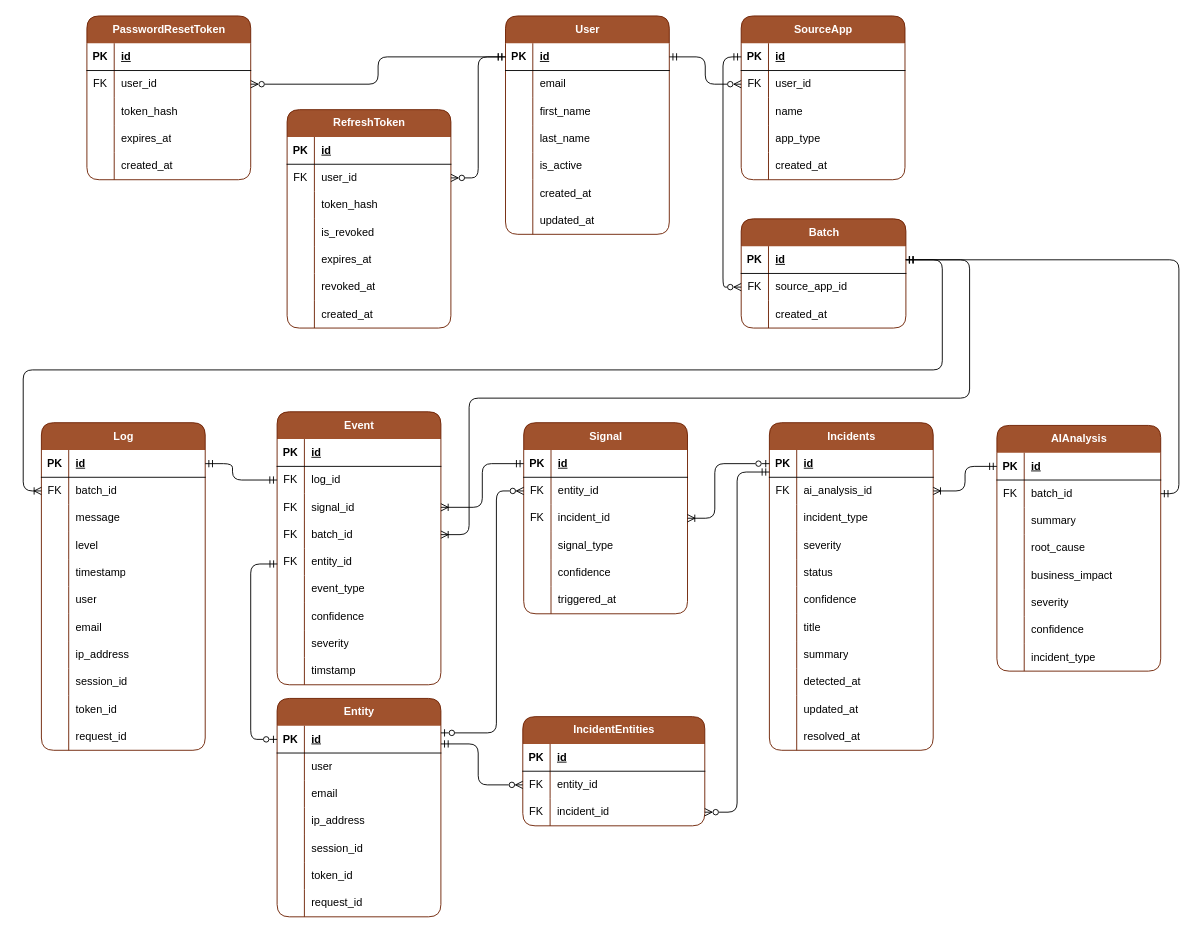
Before: docs/diagrams/erd.drawio in siddharthk8/SignalOps, a draw.io diagram. Source tidied: cells renumbered, new cells numbered last; positions are measured from the earlier drawing's top-left corner, leaving out a move shared by most shapes. Both pictures are drawn from the tidied source at 91%, with x=0, y=0 at pixel (23, 15).
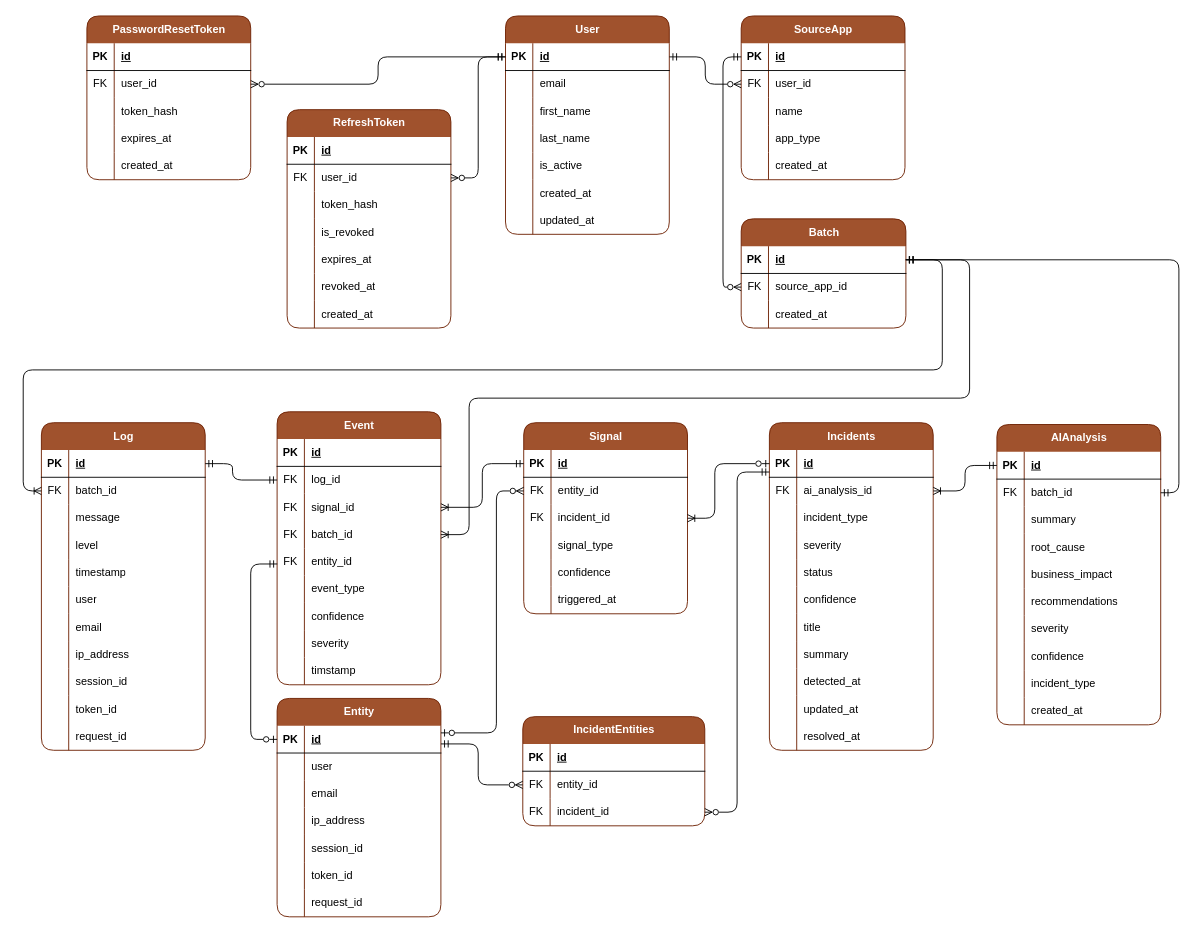
Above is the later version.

Commit message (it also covers changes not shown here):
Update ERD (svg & drawio) to reflect Batch-AIAnalysis association

Change to the diagram source:
```diff
@@
     <mxCell id="189" value="AIAnalysis" style="shape=table;startSize=30;childLayout=tableLayout;rowLines=0;fontStyle=1;align=center;html=1;fillColor=#a0522d;fontColor=#ffffff;strokeColor=#6D1F00;gradientColor=none;swimlaneFillColor=none;rounded=1;swimlaneLine=0;shadow=0;" parent="1" vertex="1">
-      <mxGeometry x="1070" y="450" width="180" height="270" as="geometry" />
+      <mxGeometry x="1070" y="449" width="180" height="330" as="geometry" />
     </mxCell>
@@
+    <mxCell id="277" style="shape=tableRow;horizontal=0;startSize=0;swimlaneHead=0;swimlaneBody=0;fillColor=none;top=0;left=0;right=0;bottom=0;" parent="189" vertex="1">
+      <mxGeometry y="180" width="180" height="30" as="geometry" />
+    </mxCell>
+    <mxCell id="278" style="shape=partialRectangle;fillColor=none;top=0;left=0;bottom=0;right=0;overflow=hidden;whiteSpace=wrap;html=1;" parent="277" vertex="1">
+      <mxGeometry width="30" height="30" as="geometry" />
+    </mxCell>
+    <mxCell id="279" value="recommendations" style="shape=partialRectangle;fillColor=none;top=0;left=0;bottom=0;right=0;align=left;spacingLeft=6;overflow=hidden;whiteSpace=wrap;html=1;" parent="277" vertex="1">
+      <mxGeometry x="30" width="150" height="30" as="geometry" />
+    </mxCell>
     <mxCell id="205" style="shape=tableRow;horizontal=0;startSize=0;swimlaneHead=0;swimlaneBody=0;fillColor=none;top=0;left=0;right=0;bottom=0;" parent="189" vertex="1">
-      <mxGeometry y="180" width="180" height="30" as="geometry" />
+      <mxGeometry y="210" width="180" height="30" as="geometry" />
     </mxCell>
@@
     <mxCell id="208" style="shape=tableRow;horizontal=0;startSize=0;swimlaneHead=0;swimlaneBody=0;fillColor=none;top=0;left=0;right=0;bottom=0;" parent="189" vertex="1">
-      <mxGeometry y="210" width="180" height="30" as="geometry" />
+      <mxGeometry y="240" width="180" height="30" as="geometry" />
     </mxCell>
@@
     <mxCell id="211" style="shape=tableRow;horizontal=0;startSize=0;swimlaneHead=0;swimlaneBody=0;fillColor=none;top=0;left=0;right=0;bottom=0;" parent="189" vertex="1">
-      <mxGeometry y="240" width="180" height="30" as="geometry" />
+      <mxGeometry y="270" width="180" height="30" as="geometry" />
     </mxCell>
@@
+    <mxCell id="280" style="shape=tableRow;horizontal=0;startSize=0;swimlaneHead=0;swimlaneBody=0;fillColor=none;top=0;left=0;right=0;bottom=0;" parent="189" vertex="1">
+      <mxGeometry y="300" width="180" height="30" as="geometry" />
+    </mxCell>
+    <mxCell id="281" style="shape=partialRectangle;fillColor=none;top=0;left=0;bottom=0;right=0;overflow=hidden;whiteSpace=wrap;html=1;" parent="280" vertex="1">
+      <mxGeometry width="30" height="30" as="geometry" />
+    </mxCell>
+    <mxCell id="282" value="created_at" style="shape=partialRectangle;fillColor=none;top=0;left=0;bottom=0;right=0;align=left;spacingLeft=6;overflow=hidden;whiteSpace=wrap;html=1;" parent="280" vertex="1">
+      <mxGeometry x="30" width="150" height="30" as="geometry" />
+    </mxCell>
```
